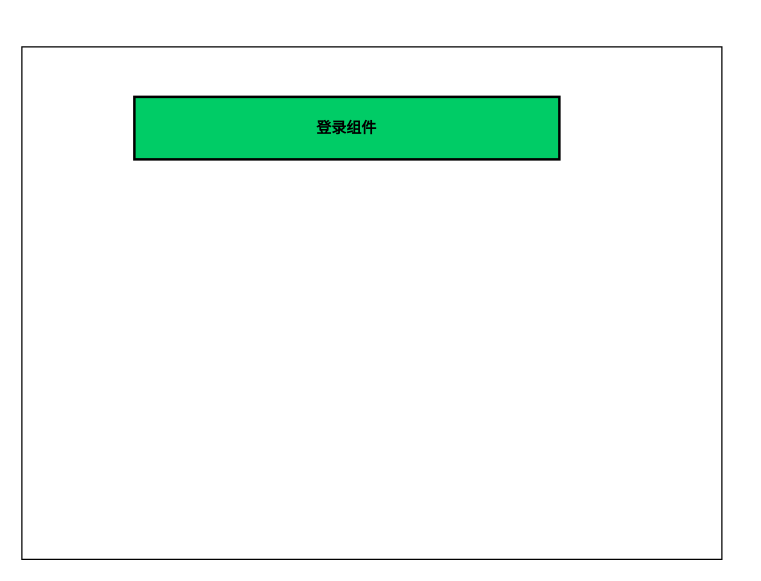
The draw.io diagram 未命名绘图.drawio in zhengjiaqi/draw, before the edit. Source tidied: cells renumbered, new cells numbered last; positions are measured from the earlier drawing's top-left corner, leaving out a move shared by most shapes. Both pictures are drawn from the tidied source at 125%, with x=0, y=0 at pixel (21, 46).
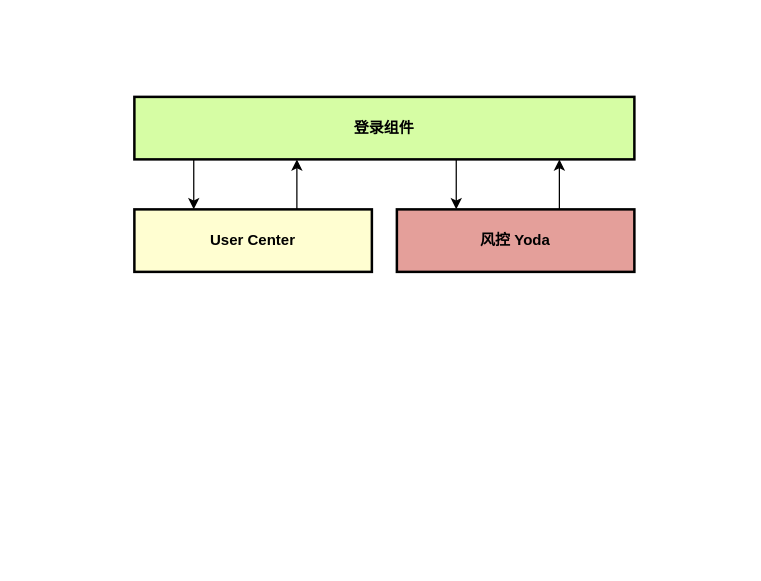
After the change.

Commit message:
更新未命名绘图.drawio

Diff of the diagram source:
```diff
@@
 <mxGraphModel>
   <root>
     <mxCell id="0" />
     <mxCell id="1" parent="0" />
-    <mxCell id="2" style="rounded=0;whiteSpace=wrap;html=1;fillColor=none;" parent="1" vertex="1">
-      <mxGeometry width="560" height="410" as="geometry" />
+    <mxCell id="2" style="rounded=0;whiteSpace=wrap;html=1;fillColor=none;strokeColor=none;" parent="1" vertex="1">
+      <mxGeometry x="5" y="-20" width="570" height="250" as="geometry" />
     </mxCell>
+    <mxCell id="4" style="edgeStyle=orthogonalEdgeStyle;rounded=0;jettySize=auto;html=1;entryX=0.25;entryY=0;entryDx=0;entryDy=0;" parent="1" edge="1" source="3" target="7">
+      <mxGeometry relative="1" as="geometry">
+        <Array as="points">
+          <mxPoint x="138" y="125" />
+        </Array>
+      </mxGeometry>
+    </mxCell>
+    <mxCell id="5" style="edgeStyle=orthogonalEdgeStyle;rounded=0;jettySize=auto;html=1;entryX=0.25;entryY=0;entryDx=0;entryDy=0;" parent="1" edge="1" source="3" target="8">
+      <mxGeometry relative="1" as="geometry">
+        <Array as="points">
+          <mxPoint x="348" y="110" />
+        </Array>
+      </mxGeometry>
+    </mxCell>
-    <mxCell id="3" value="&lt;b&gt;登录组件&lt;/b&gt;" style="rounded=0;whiteSpace=wrap;html=1;fillColor=#00CC66;strokeWidth=2;" parent="1" vertex="1">
-      <mxGeometry x="90" y="40" width="340" height="50" as="geometry" />
+    <mxCell id="3" value="&lt;b&gt;登录组件&lt;/b&gt;" style="rounded=0;whiteSpace=wrap;html=1;fillColor=#d6fda4;strokeWidth=2;" parent="1" vertex="1">
+      <mxGeometry x="90" y="40" width="400" height="50" as="geometry" />
     </mxCell>
+    <mxCell id="6" style="edgeStyle=orthogonalEdgeStyle;rounded=0;jettySize=auto;html=1;" parent="1" edge="1" source="7" target="3">
+      <mxGeometry relative="1" as="geometry">
+        <Array as="points">
+          <mxPoint x="220" y="120" />
+          <mxPoint x="220" y="120" />
+        </Array>
+      </mxGeometry>
+    </mxCell>
+    <mxCell id="7" value="&lt;b&gt;User Center&lt;/b&gt;" style="rounded=0;whiteSpace=wrap;html=1;fillColor=#fffed1;strokeWidth=2;" parent="1" vertex="1">
+      <mxGeometry x="90" y="130" width="190" height="50" as="geometry" />
+    </mxCell>
+    <mxCell id="8" value="&lt;b&gt;风控 Yoda&lt;/b&gt;" style="rounded=0;whiteSpace=wrap;html=1;fillColor=#e49f9a;strokeWidth=2;" parent="1" vertex="1">
+      <mxGeometry x="300" y="130" width="190" height="50" as="geometry" />
+    </mxCell>
+    <mxCell id="9" style="edgeStyle=orthogonalEdgeStyle;rounded=0;orthogonalLoop=1;jettySize=auto;html=1;" parent="1" edge="1">
+      <mxGeometry relative="1" as="geometry">
+        <mxPoint x="430" y="130" as="sourcePoint" />
+        <mxPoint x="430" y="90" as="targetPoint" />
+        <Array as="points">
+          <mxPoint x="430" y="110" />
+          <mxPoint x="430" y="110" />
+        </Array>
+      </mxGeometry>
+    </mxCell>
   </root>
 </mxGraphModel>
```
